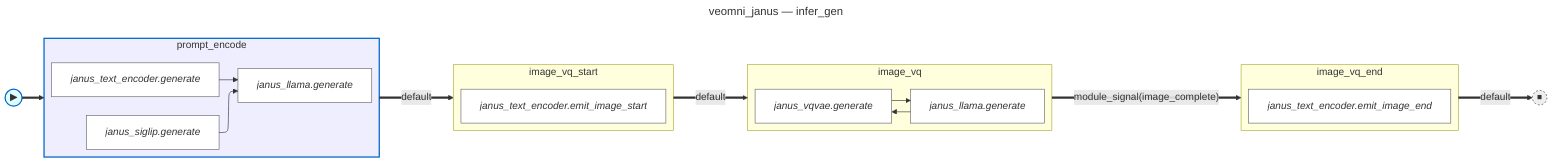
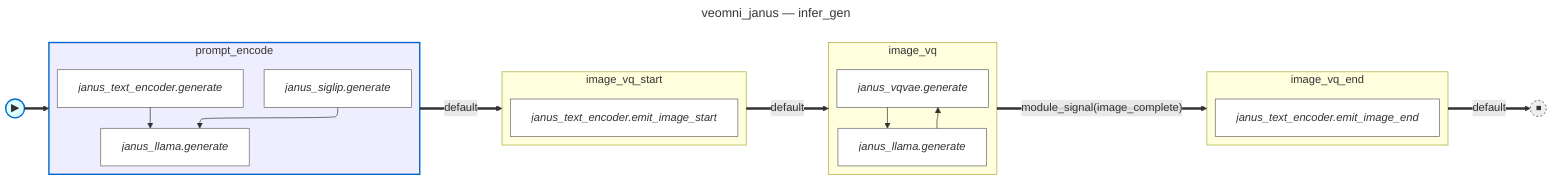
---
title: veomni_janus — infer_gen
---
%%{init: {'flowchart': {'defaultRenderer': 'elk'}}}%%
flowchart LR
    fsm_start(("▶")):::fsm_start
    fsm_done(("⏹")):::fsm_terminal
    subgraph state_prompt_encode [prompt_encode]
-         direction LR
+         direction TB
        prompt_encode__janus_siglip_generate["<i>janus_siglip.generate</i>"]:::body_node
        prompt_encode__janus_llama_generate["<i>janus_llama.generate</i>"]:::body_node
        prompt_encode__janus_text_encoder_generate["<i>janus_text_encoder.generate</i>"]:::body_node
        prompt_encode__janus_siglip_generate --> prompt_encode__janus_llama_generate
        prompt_encode__janus_text_encoder_generate --> prompt_encode__janus_llama_generate
    end
    subgraph state_image_vq_start [image_vq_start]
-         direction LR
+         direction TB
        image_vq_start__janus_text_encoder_emit_image_start["<i>janus_text_encoder.emit_image_start</i>"]:::body_node
    end
    subgraph state_image_vq [image_vq]
-         direction LR
+         direction TB
        image_vq__janus_llama_generate["<i>janus_llama.generate</i>"]:::body_node
        image_vq__janus_vqvae_generate["<i>janus_vqvae.generate</i>"]:::body_node
        image_vq__janus_llama_generate --> image_vq__janus_vqvae_generate
        image_vq__janus_vqvae_generate --> image_vq__janus_llama_generate
    end
    subgraph state_image_vq_end [image_vq_end]
-         direction LR
+         direction TB
        image_vq_end__janus_text_encoder_emit_image_end["<i>janus_text_encoder.emit_image_end</i>"]:::body_node
    end
    fsm_start ==> state_prompt_encode
    state_prompt_encode ==>|"default"| state_image_vq_start
    state_image_vq_start ==>|"default"| state_image_vq
    state_image_vq ==>|"module_signal(image_complete)"| state_image_vq_end
    state_image_vq_end ==>|"default"| fsm_done
    classDef body_node fill:#fff,stroke:#666
    classDef fsm_start fill:#dff,stroke:#06c,stroke-width:2px
    classDef fsm_terminal fill:#eee,stroke:#333,stroke-width:1px,stroke-dasharray:3 3
    style state_prompt_encode fill:#eef,stroke:#06c,stroke-width:2px
